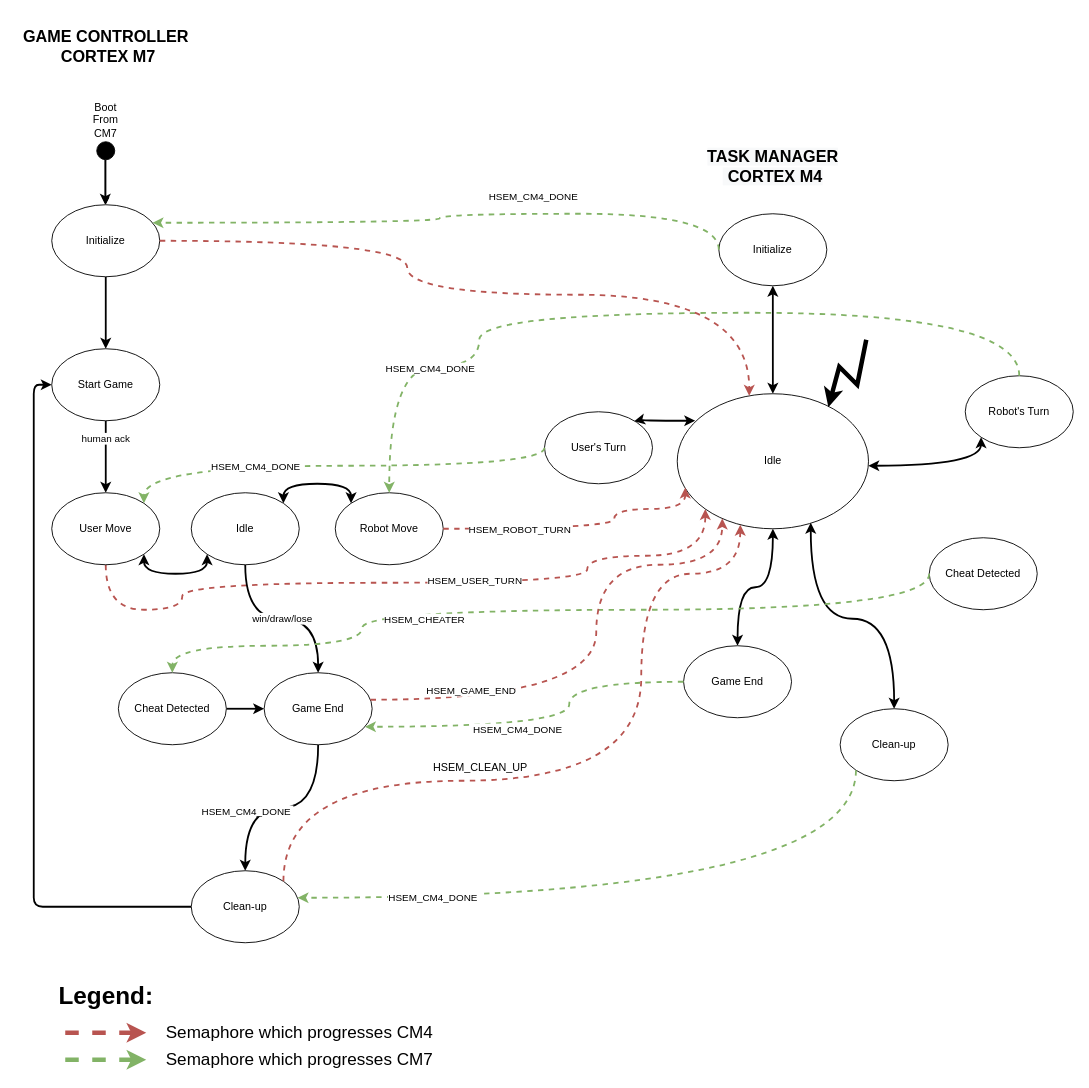
This is page "Diagram" (4 of 4) of 4. Diagrams/System/GameController-CM7 TaskManager-CM4.drawio from BorIvanov/Documents, a draw.io file, before an edit. Source tidied: cells renumbered, new cells numbered last; positions are measured from the earlier drawing's top-left corner, leaving out a move shared by most shapes. Both pictures are drawn from the tidied source at 90%, with x=0, y=0 at pixel (15, 24).
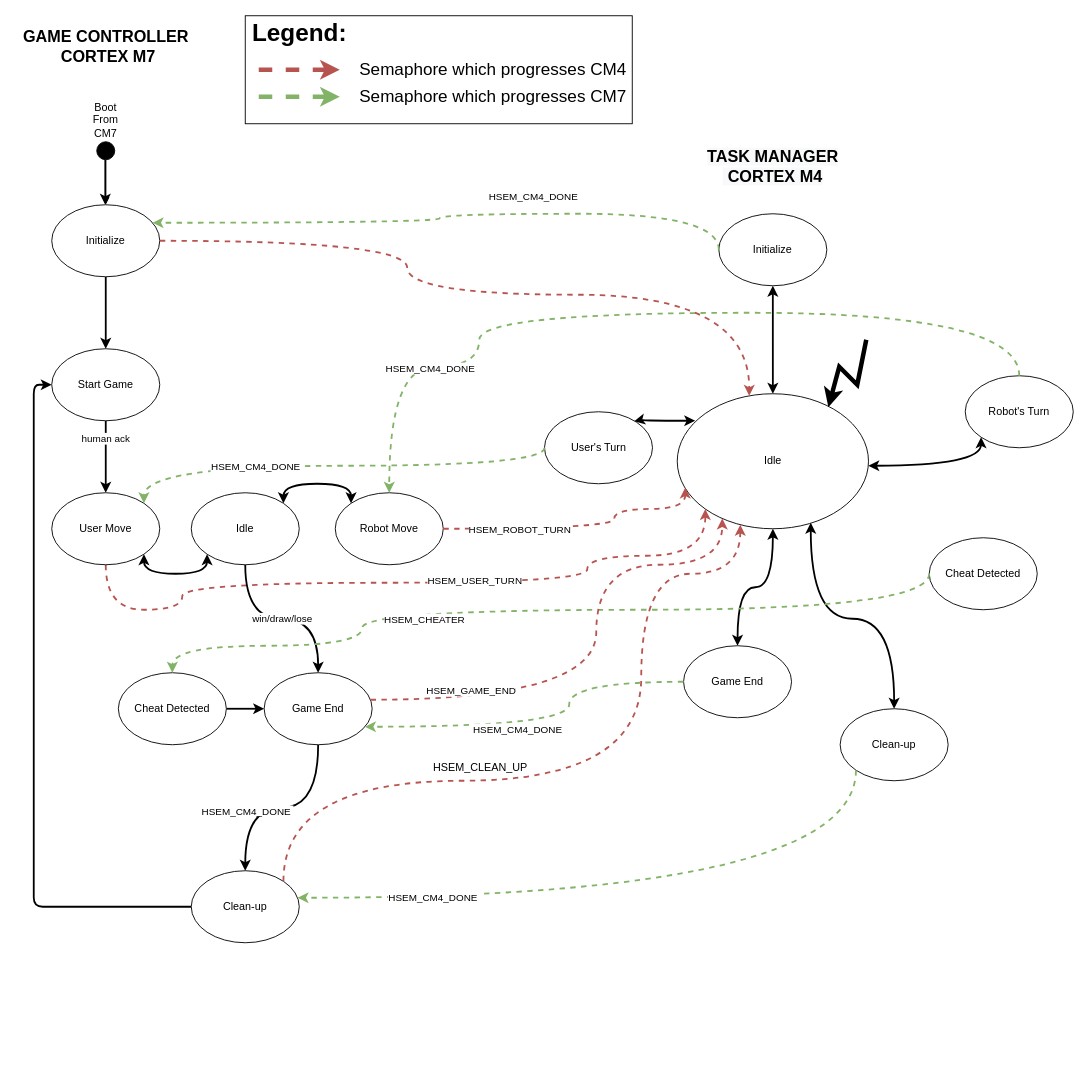
Above is the later version.

Change to the diagram source:
```diff
@@
+    <mxCell id="63" style="rounded=0;whiteSpace=wrap;html=1;" parent="1" vertex="1">
+      <mxGeometry x="255" y="-10" width="430" height="120" as="geometry" />
+    </mxCell>
@@
     <mxCell id="58" value="&lt;font style=&quot;font-size: 27px&quot;&gt;&lt;b&gt;Legend:&lt;/b&gt;&lt;/font&gt;" style="text;html=1;align=center;verticalAlign=middle;strokeColor=none;fillColor=none;fontSize=12;" parent="1" vertex="1">
-      <mxGeometry x="40" y="1070" width="120" height="20" as="geometry" />
+      <mxGeometry x="255" width="120" height="20" as="geometry" />
     </mxCell>
     <mxCell id="59" style="endArrow=classic;dashed=1;html=1;rounded=0;fontSize=27;strokeWidth=5;endFill=1;fillColor=#f8cecc;strokeColor=#b85450;" parent="1" edge="1">
       <mxGeometry relative="1" as="geometry">
-        <mxPoint x="55" y="1120" as="sourcePoint" />
-        <mxPoint x="145" y="1120" as="targetPoint" />
+        <mxPoint x="270" y="50" as="sourcePoint" />
+        <mxPoint x="360" y="50" as="targetPoint" />
       </mxGeometry>
     </mxCell>
     <mxCell id="60" style="endArrow=classic;dashed=1;html=1;rounded=0;fontSize=27;strokeWidth=5;endFill=1;fillColor=#d5e8d4;strokeColor=#82b366;" parent="1" edge="1">
       <mxGeometry relative="1" as="geometry">
-        <mxPoint x="55" y="1150" as="sourcePoint" />
-        <mxPoint x="145" y="1150" as="targetPoint" />
+        <mxPoint x="270" y="80" as="sourcePoint" />
+        <mxPoint x="360" y="80" as="targetPoint" />
       </mxGeometry>
     </mxCell>
     <mxCell id="61" value="&lt;span style=&quot;font-size: 19px&quot;&gt;Semaphore which progresses CM4&lt;/span&gt;" style="text;html=1;align=center;verticalAlign=middle;strokeColor=none;fillColor=none;fontSize=17;" parent="1" vertex="1">
-      <mxGeometry x="160" y="1105" width="310" height="30" as="geometry" />
+      <mxGeometry x="375" y="35" width="310" height="30" as="geometry" />
     </mxCell>
     <mxCell id="62" value="&lt;span style=&quot;font-size: 19px&quot;&gt;Semaphore which progresses CM7&lt;/span&gt;" style="text;html=1;align=center;verticalAlign=middle;strokeColor=none;fillColor=none;fontSize=17;" parent="1" vertex="1">
-      <mxGeometry x="160" y="1135" width="310" height="30" as="geometry" />
+      <mxGeometry x="375" y="65" width="310" height="30" as="geometry" />
     </mxCell>
```
